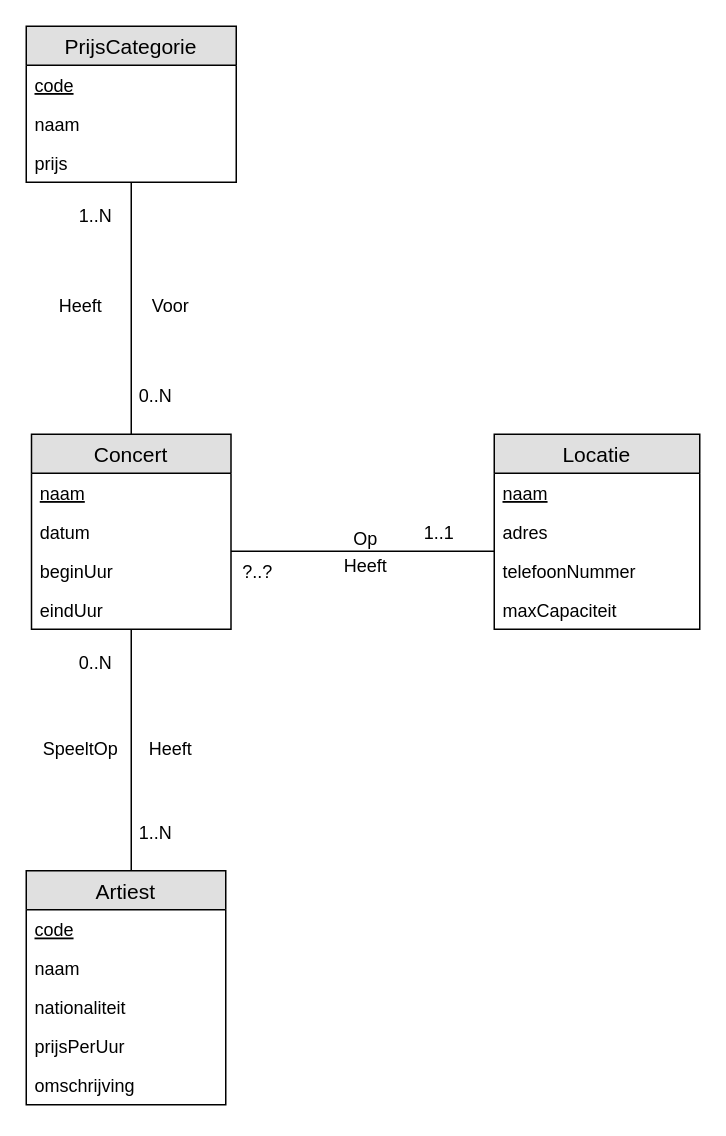
HOGENT-Databases/DB1-Workshops keeps this draw.io diagram as workshops/01-conceptueel_model/solutions/exercise-5.drawio. Above is the earlier version. Source tidied: cells renumbered, new cells numbered last; positions are measured from the earlier drawing's top-left corner, leaving out a move shared by most shapes. Both pictures are drawn from the tidied source at 150%, with x=0, y=0 at pixel (26, 26).
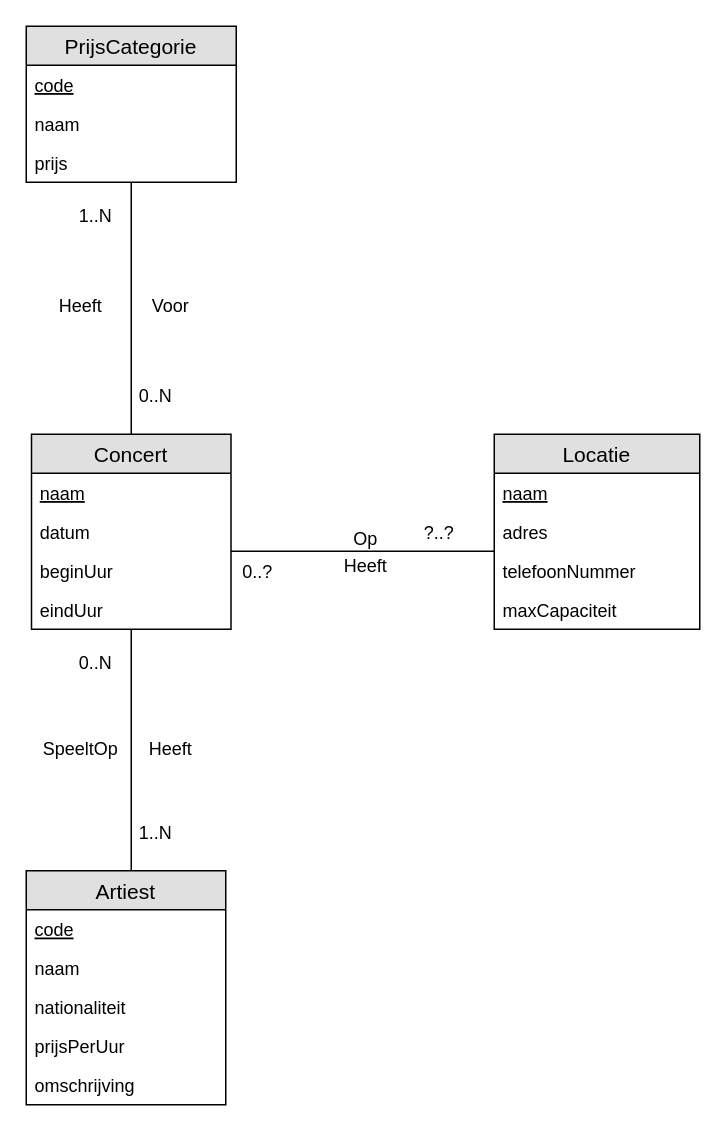
The same page after the edit.

The change refers to these unchanged cells:
```xml
<mxCell id="2" style="edgeStyle=orthogonalEdgeStyle;fontSize=12;html=1;endArrow=none;jumpSize=6;strokeWidth=1;endFill=0;rounded=0;jumpStyle=none;" parent="1" edge="1" source="12" target="7">
  <mxGeometry relative="1" as="geometry">
    <Array as="points">
      <mxPoint x="195.5" y="350" />
      <mxPoint x="195.5" y="350" />
    </Array>
  </mxGeometry>
</mxCell>
```

Change to the diagram source:
```diff
@@
-    <mxCell id="4" value="?..?" style="text;html=1;align=center;verticalAlign=middle;labelBackgroundColor=#ffffff;" parent="2" vertex="1">
+    <mxCell id="4" value="0..?" style="text;html=1;align=center;verticalAlign=middle;labelBackgroundColor=#ffffff;" parent="2" vertex="1">
       <mxGeometry x="-0.88" y="-1" relative="1" as="geometry">
         <mxPoint x="5.5" y="12" as="offset" />
       </mxGeometry>
     </mxCell>
-    <mxCell id="5" value="1..1" style="text;html=1;align=center;verticalAlign=middle;labelBackgroundColor=#ffffff;" parent="2" vertex="1">
+    <mxCell id="5" value="?..?" style="text;html=1;align=center;verticalAlign=middle;labelBackgroundColor=#ffffff;" parent="2" vertex="1">
       <mxGeometry x="0.83" y="1" relative="1" as="geometry">
         <mxPoint x="-23.5" y="-11.5" as="offset" />
       </mxGeometry>
     </mxCell>
```
